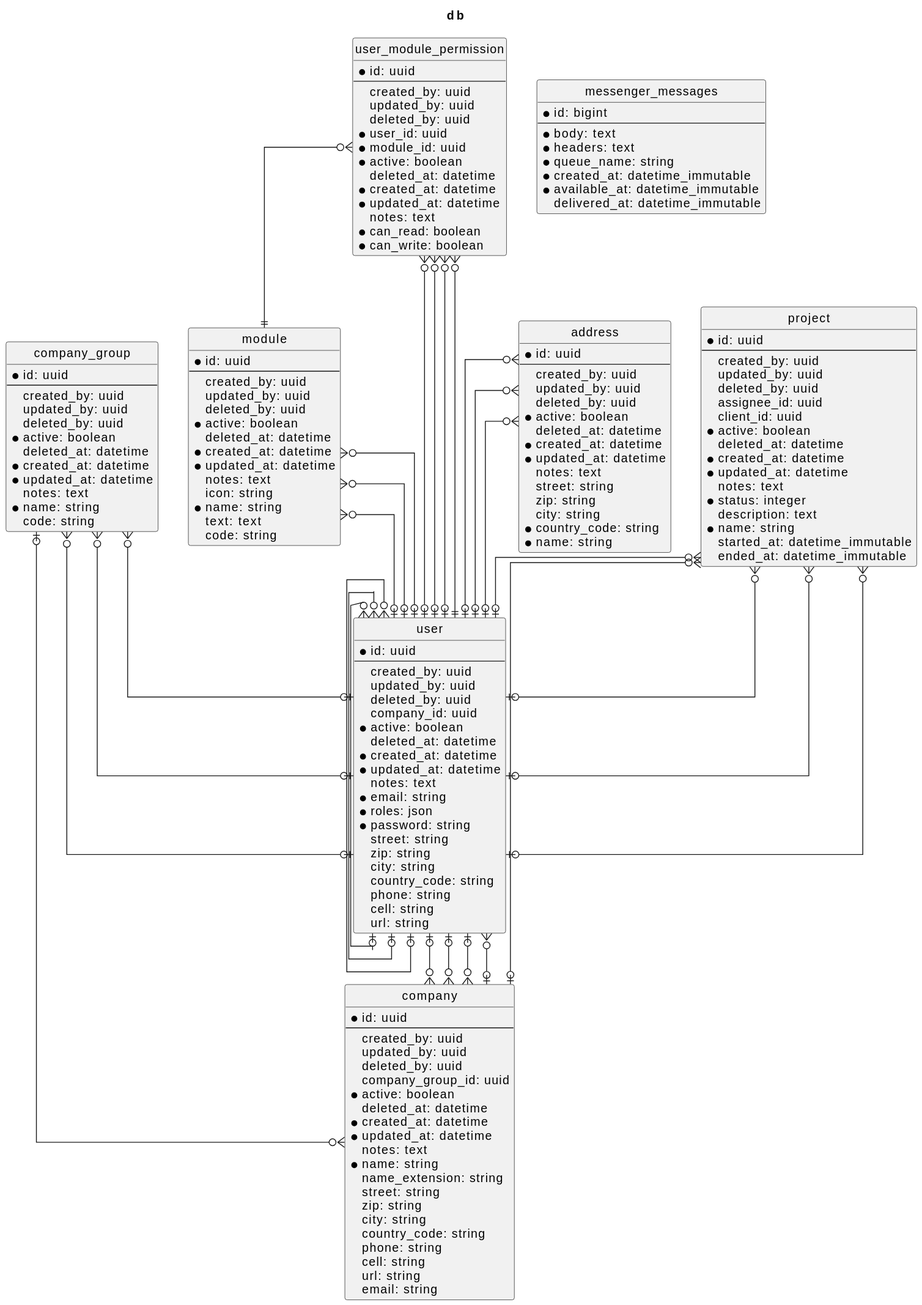
The PlantUML diagram assets/docs/diagram-er.svg in cschorr/symfony-core-bundle, before a commit.
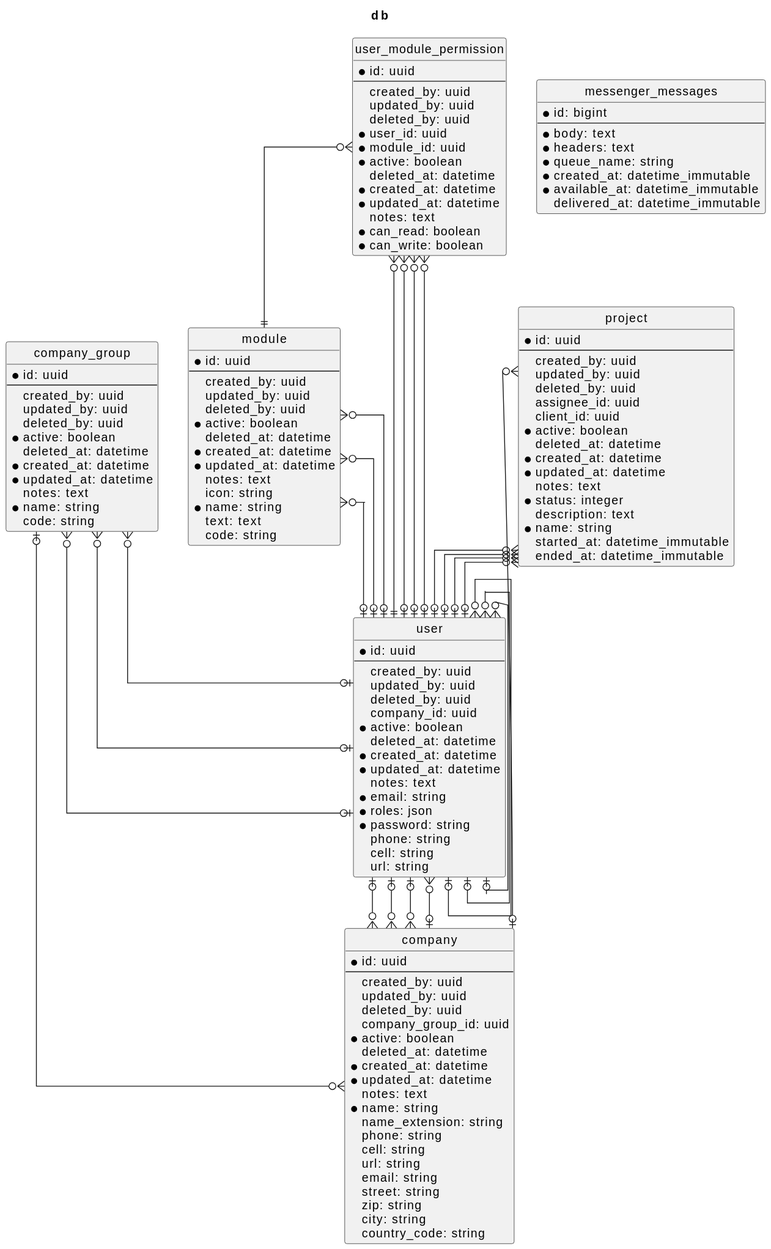
Above is the later version.

What changed in the source:
```diff
@@ -68,14 +68,14 @@
  notes: text
 * name: string
  name_extension: string
+ phone: string
+ cell: string
+ url: string
+ email: string
  street: string
  zip: string
  city: string
  country_code: string
- phone: string
- cell: string
- url: string
- email: string
 }
 entity messenger_messages {
 * id: bigint
@@ -118,30 +118,9 @@
 * email: string
 * roles: json
 * password: string
- street: string
- zip: string
- city: string
- country_code: string
  phone: string
  cell: string
  url: string
-}
-entity address {
-* id: uuid
---
- created_by: uuid
- updated_by: uuid
- deleted_by: uuid
-* active: boolean
- deleted_at: datetime
-* created_at: datetime
-* updated_at: datetime
- notes: text
- street: string
- zip: string
- city: string
-* country_code: string
-* name: string
 }
 company_group }o--o| user
 company_group }o--o| user
@@ -155,19 +134,16 @@
 module }o--o| user
 module }o--o| user
 company }o--o| user
+company }o--o| company_group
 company }o--o| user
 company }o--o| user
-company }o--o| company_group
+user_module_permission }o--|| user
 user_module_permission }o--o| user
 user_module_permission }o--|| module
 user_module_permission }o--o| user
 user_module_permission }o--o| user
-user_module_permission }o--|| user
+user }o--o| user
+user }o--o| user
 user }o--o| user
 user }o--o| company
-user }o--o| user
-user }o--o| user
-address }o--o| user
-address }o--o| user
-address }o--o| user
 @enduml
```
